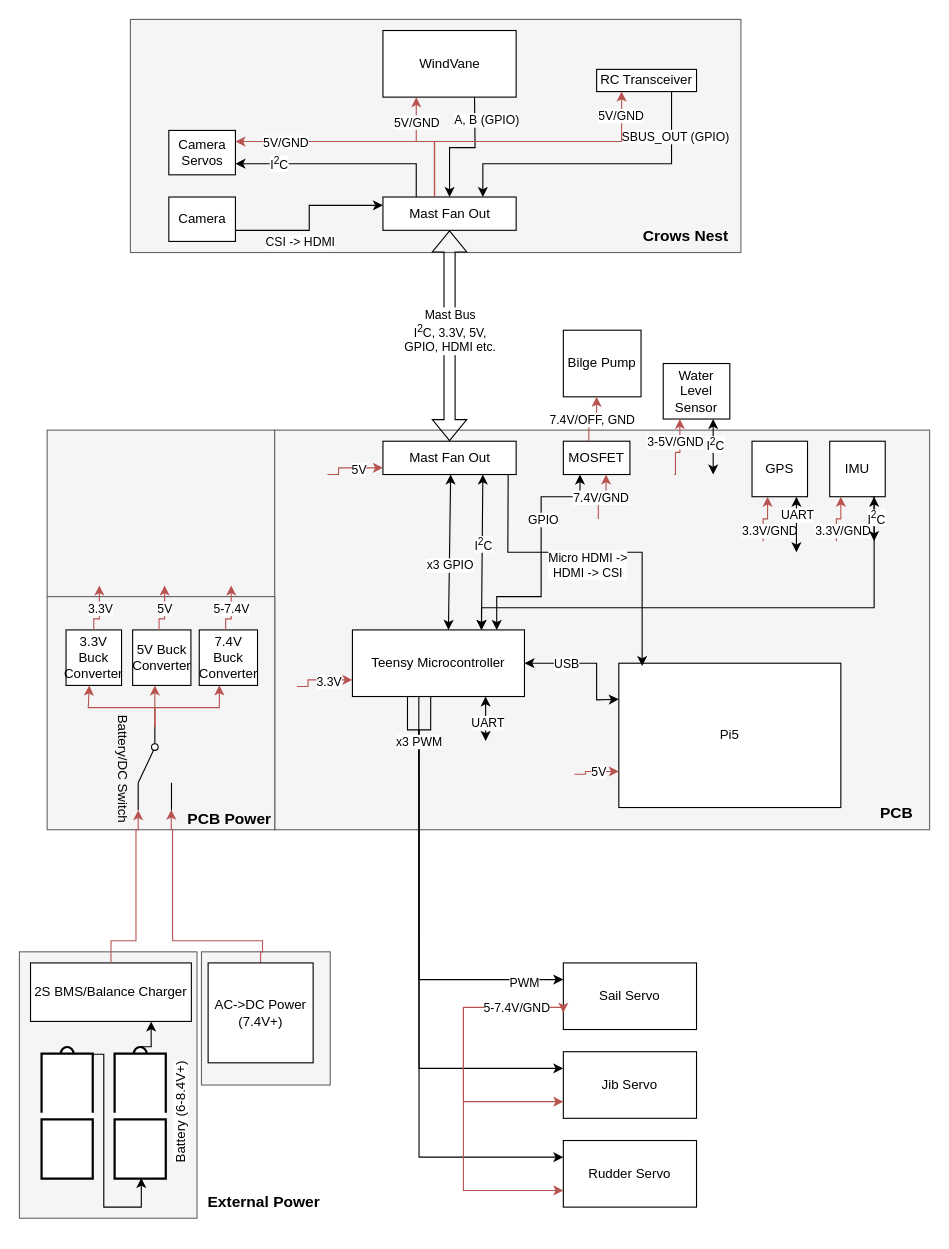
Above: docs/docs/assets/Circuit Diagram Mockup.drawio in PittSailbot/pittsailbot.github.io (draw.io), before the change. Source tidied: cells renumbered, new cells numbered last; positions are measured from the earlier drawing's top-left corner, leaving out a move shared by most shapes. Both pictures are drawn from the tidied source at 111%, with x=0, y=0 at pixel (1, 19).
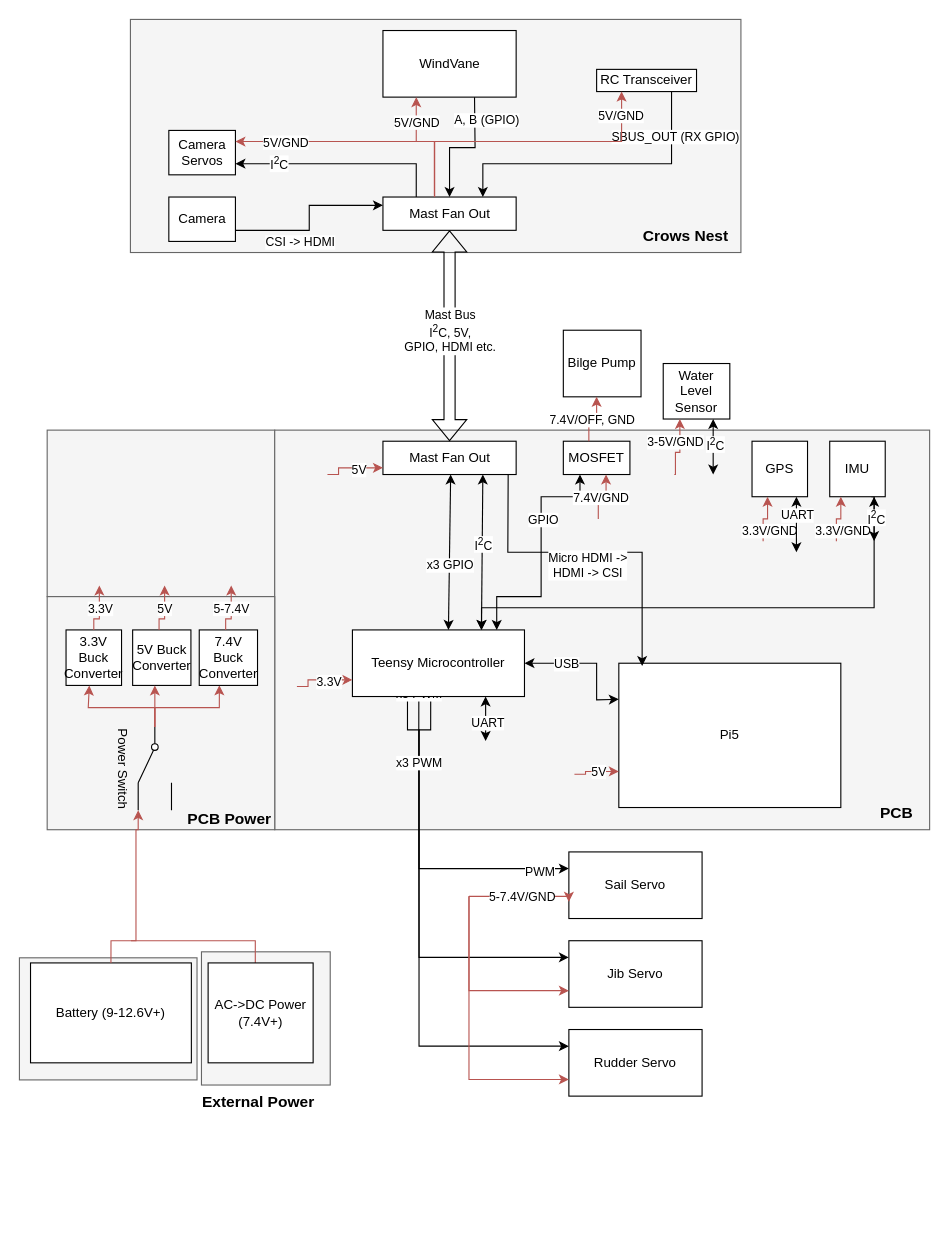
After the change.

Commit message (it also covers changes not shown here):
Update electronics diagram

The change refers to these unchanged cells:
```xml
<mxCell id="13" value="Teensy Microcontroller" style="rounded=0;whiteSpace=wrap;html=1;" parent="1" vertex="1">
  <mxGeometry x="316" y="550" width="155" height="60" as="geometry" />
</mxCell>
<mxCell id="21" style="edgeStyle=orthogonalEdgeStyle;rounded=0;jettySize=auto;html=1;exitX=0.75;exitY=1;exitDx=0;exitDy=0;entryX=0.75;entryY=0;entryDx=0;entryDy=0;" parent="1" edge="1" source="23" target="65">
  <mxGeometry relative="1" as="geometry">
    <Array as="points">
      <mxPoint x="603" y="130" />
      <mxPoint x="433" y="130" />
    </Array>
  </mxGeometry>
</mxCell>
<mxCell id="52" value="AC-&amp;gt;DC Power (7.4V+)" style="rounded=0;whiteSpace=wrap;html=1;" parent="1" vertex="1">
  <mxGeometry x="186" y="850" width="94.6" height="90" as="geometry" />
</mxCell>
<mxCell id="54" style="shape=flexArrow;endArrow=classic;startArrow=classic;html=1;rounded=0;entryX=0.5;entryY=1;entryDx=0;entryDy=0;exitX=0.5;exitY=0;exitDx=0;exitDy=0;" parent="1" edge="1" source="20" target="65">
  <mxGeometry relative="1" as="geometry" />
</mxCell>
```

Change to the diagram source:
```diff
@@
     <mxCell id="8" style="edgeStyle=orthogonalEdgeStyle;rounded=0;jettySize=auto;html=1;exitX=0.32;exitY=0.99;exitDx=0;exitDy=0;entryX=0;entryY=0.25;entryDx=0;entryDy=0;exitPerimeter=0;" parent="1" edge="1" source="13" target="39">
       <mxGeometry relative="1" as="geometry">
         <Array as="points">
           <mxPoint x="366" y="640" />
           <mxPoint x="376" y="640" />
-          <mxPoint x="376" y="865" />
+          <mxPoint x="376" y="765" />
         </Array>
       </mxGeometry>
     </mxCell>
@@
     <mxCell id="11" style="edgeStyle=orthogonalEdgeStyle;rounded=0;jettySize=auto;html=1;exitX=0.455;exitY=0.99;exitDx=0;exitDy=0;entryX=0;entryY=0.25;entryDx=0;entryDy=0;exitPerimeter=0;" parent="1" edge="1" source="13" target="40">
       <mxGeometry relative="1" as="geometry">
         <Array as="points">
           <mxPoint x="387" y="640" />
           <mxPoint x="376" y="640" />
-          <mxPoint x="376" y="1025" />
+          <mxPoint x="376" y="925" />
         </Array>
       </mxGeometry>
     </mxCell>
@@
+    <mxCell id="110" value="x3 PWM" style="edgeLabel;html=1;align=center;verticalAlign=middle;" parent="11" vertex="1">
+      <mxGeometry x="-0.69" y="-1" relative="1" as="geometry" />
+    </mxCell>
@@
-    <mxCell id="22" value="SBUS_OUT (GPIO)" style="edgeLabel;html=1;align=center;verticalAlign=middle;" parent="21" vertex="1">
+    <mxCell id="22" value="SBUS_OUT (RX GPIO)" style="edgeLabel;html=1;align=center;verticalAlign=middle;" parent="21" vertex="1">
       <mxGeometry x="-0.84" y="1" relative="1" as="geometry">
         <mxPoint x="2" y="19" as="offset" />
       </mxGeometry>
     </mxCell>
@@
+    <mxCell id="111" style="edgeStyle=orthogonalEdgeStyle;rounded=0;jettySize=auto;html=1;exitX=0.75;exitY=0;exitDx=0;exitDy=0;endArrow=none;startFill=0;fillColor=#f8cecc;strokeColor=#b85450;" parent="1" edge="1" source="25">
+      <mxGeometry relative="1" as="geometry">
+        <mxPoint x="116" y="830" as="targetPoint" />
+      </mxGeometry>
+    </mxCell>
     <mxCell id="25" style="group;" parent="1" vertex="1">
-      <mxGeometry x="26" y="850" width="270" height="240" as="geometry" />
+      <mxGeometry x="26" y="850" width="270" height="110" as="geometry" />
     </mxCell>
     <mxCell id="26" style="rounded=0;whiteSpace=wrap;html=1;glass=0;shadow=0;fillColor=#f5f5f5;fontColor=#333333;strokeColor=#666666;" parent="25" vertex="1">
-      <mxGeometry x="-10" y="-10" width="160" height="240" as="geometry" />
+      <mxGeometry x="-10" y="-4.6" width="160" height="110" as="geometry" />
     </mxCell>
-    <mxCell id="27" value="Battery (6-8.4V+)" style="html=1;verticalLabelPosition=bottom;align=center;labelBackgroundColor=#ffffff;verticalAlign=top;strokeWidth=2;strokeColor=#000000;shadow=0;dashed=0;shape=mxgraph.ios7.icons.battery;rotation=-90;fontSize=12;" parent="25" vertex="1">
-      <mxGeometry x="39.5" y="112" width="118.6" height="46.1" as="geometry" />
-    </mxCell>
-    <mxCell id="28" style="edgeStyle=orthogonalEdgeStyle;rounded=0;jettySize=auto;html=1;exitX=0.945;exitY=0.475;exitDx=0;exitDy=0;exitPerimeter=0;entryX=0.005;entryY=0.522;entryDx=0;entryDy=0;entryPerimeter=0;shadow=0;" parent="25" edge="1" source="30" target="27">
-      <mxGeometry relative="1" as="geometry">
-        <Array as="points">
-          <mxPoint x="66" y="82" />
-          <mxPoint x="66" y="220" />
-          <mxPoint x="100" y="220" />
-          <mxPoint x="100" y="194" />
-        </Array>
-      </mxGeometry>
-    </mxCell>
-    <mxCell id="29" value="2S BMS/Balance Charger" style="rounded=0;whiteSpace=wrap;html=1;shadow=0;" parent="25" vertex="1">
-      <mxGeometry width="144.9" height="52.7" as="geometry" />
+    <mxCell id="29" value="Battery (9-12.6V+)" style="rounded=0;whiteSpace=wrap;html=1;shadow=0;" parent="25" vertex="1">
+      <mxGeometry width="144.9" height="90" as="geometry" />
     </mxCell>
-    <mxCell id="30" style="html=1;verticalLabelPosition=bottom;align=center;labelBackgroundColor=#ffffff;verticalAlign=top;strokeWidth=2;strokeColor=#000000;shadow=0;dashed=0;shape=mxgraph.ios7.icons.battery;rotation=-90;" parent="25" vertex="1">
-      <mxGeometry x="-26.3" y="112" width="118.6" height="46.1" as="geometry" />
-    </mxCell>
-    <mxCell id="31" style="edgeStyle=orthogonalEdgeStyle;rounded=0;jettySize=auto;html=1;entryX=0.75;entryY=1;entryDx=0;entryDy=0;exitX=1.002;exitY=0.491;exitDx=0;exitDy=0;exitPerimeter=0;shadow=0;" parent="25" edge="1" source="27" target="29">
-      <mxGeometry relative="1" as="geometry" />
-    </mxCell>
-    <mxCell id="32" value="&lt;b&gt;&lt;font style=&quot;font-size: 14px;&quot;&gt;External Power&lt;/font&gt;&lt;/b&gt;" style="text;html=1;align=center;verticalAlign=middle;strokeColor=none;fillColor=none;" parent="25" vertex="1">
-      <mxGeometry x="150" y="200" width="120" height="30" as="geometry" />
-    </mxCell>
@@
     <mxCell id="39" value="Sail Servo" style="rounded=0;whiteSpace=wrap;html=1;" parent="1" vertex="1">
-      <mxGeometry x="506" y="850" width="120" height="60" as="geometry" />
+      <mxGeometry x="511" y="750" width="120" height="60" as="geometry" />
     </mxCell>
     <mxCell id="40" value="Rudder Servo" style="rounded=0;whiteSpace=wrap;html=1;" parent="1" vertex="1">
-      <mxGeometry x="506" y="1010" width="120" height="60" as="geometry" />
+      <mxGeometry x="511" y="910" width="120" height="60" as="geometry" />
     </mxCell>
     <mxCell id="41" value="Jib Servo" style="rounded=0;whiteSpace=wrap;html=1;" parent="1" vertex="1">
-      <mxGeometry x="506" y="930" width="120" height="60" as="geometry" />
+      <mxGeometry x="511" y="830" width="120" height="60" as="geometry" />
     </mxCell>
@@
     <mxCell id="45" style="edgeStyle=orthogonalEdgeStyle;rounded=0;jettySize=auto;html=1;entryX=0;entryY=0.75;entryDx=0;entryDy=0;strokeColor=#b85450;fillColor=#f8cecc;" parent="1" edge="1" target="39">
       <mxGeometry relative="1" as="geometry">
-        <mxPoint x="416" y="890" as="sourcePoint" />
+        <mxPoint x="421" y="790" as="sourcePoint" />
         <Array as="points">
-          <mxPoint x="506" y="890" />
+          <mxPoint x="511" y="790" />
         </Array>
       </mxGeometry>
     </mxCell>
@@
     <mxCell id="47" style="edgeStyle=orthogonalEdgeStyle;rounded=0;jettySize=auto;html=1;entryX=0;entryY=0.75;entryDx=0;entryDy=0;fillColor=#f8cecc;strokeColor=#b85450;" parent="1" edge="1" target="41">
       <mxGeometry relative="1" as="geometry">
-        <mxPoint x="416" y="890" as="sourcePoint" />
+        <mxPoint x="421" y="790" as="sourcePoint" />
         <Array as="points">
-          <mxPoint x="416" y="975" />
+          <mxPoint x="421" y="875" />
         </Array>
       </mxGeometry>
     </mxCell>
     <mxCell id="48" style="edgeStyle=orthogonalEdgeStyle;rounded=0;jettySize=auto;html=1;entryX=0;entryY=0.75;entryDx=0;entryDy=0;fillColor=#f8cecc;strokeColor=#b85450;" parent="1" edge="1" target="40">
       <mxGeometry relative="1" as="geometry">
-        <mxPoint x="416" y="890" as="sourcePoint" />
+        <mxPoint x="421" y="790" as="sourcePoint" />
         <Array as="points">
-          <mxPoint x="416" y="1055" />
+          <mxPoint x="421" y="955" />
         </Array>
       </mxGeometry>
     </mxCell>
@@
-    <mxCell id="51" style="edgeStyle=orthogonalEdgeStyle;rounded=0;jettySize=auto;html=1;exitX=0.5;exitY=0;exitDx=0;exitDy=0;fontColor=#000000;strokeColor=#b85450;fillColor=#f8cecc;entryX=0.993;entryY=0.006;entryDx=0;entryDy=0;entryPerimeter=0;" parent="1" edge="1" source="52" target="53">
-      <mxGeometry relative="1" as="geometry">
-        <Array as="points">
-          <mxPoint x="233" y="840" />
-          <mxPoint x="235" y="840" />
-          <mxPoint x="235" y="830" />
-          <mxPoint x="154" y="830" />
-          <mxPoint x="154" y="730" />
-          <mxPoint x="153" y="730" />
-        </Array>
-      </mxGeometry>
-    </mxCell>
@@
-    <mxCell id="53" value="&lt;font&gt;Battery/DC Switch&lt;/font&gt;" style="verticalLabelPosition=bottom;shadow=0;dashed=0;align=center;html=1;verticalAlign=top;shape=mxgraph.electrical.electro-mechanical.twoWayContact2;elSwitchState=2;rotation=90;" parent="1" vertex="1">
+    <mxCell id="53" value="&lt;font&gt;Power Switch&lt;/font&gt;" style="verticalLabelPosition=bottom;shadow=0;dashed=0;align=center;html=1;verticalAlign=top;shape=mxgraph.electrical.electro-mechanical.twoWayContact2;elSwitchState=2;rotation=90;" parent="1" vertex="1">
       <mxGeometry x="100.5" y="660" width="75" height="30" as="geometry" />
     </mxCell>
@@
-    <mxCell id="55" value="Mast Bus&lt;br&gt;I&lt;sup&gt;2&lt;/sup&gt;C, 3.3V, 5V,&lt;br&gt;GPIO, HDMI etc." style="edgeLabel;html=1;align=center;verticalAlign=middle;" parent="54" vertex="1">
+    <mxCell id="55" value="Mast Bus&lt;br&gt;I&lt;sup&gt;2&lt;/sup&gt;C, 5V,&lt;br&gt;GPIO, HDMI etc." style="edgeLabel;html=1;align=center;verticalAlign=middle;" parent="54" vertex="1">
       <mxGeometry x="0.05" relative="1" as="geometry" />
     </mxCell>
@@
+    <mxCell id="32" value="&lt;b&gt;&lt;font style=&quot;font-size: 14px;&quot;&gt;External Power&lt;/font&gt;&lt;/b&gt;" style="text;html=1;align=center;verticalAlign=middle;strokeColor=none;fillColor=none;" parent="1" vertex="1">
+      <mxGeometry x="170.9" y="960" width="120" height="30" as="geometry" />
+    </mxCell>
```
